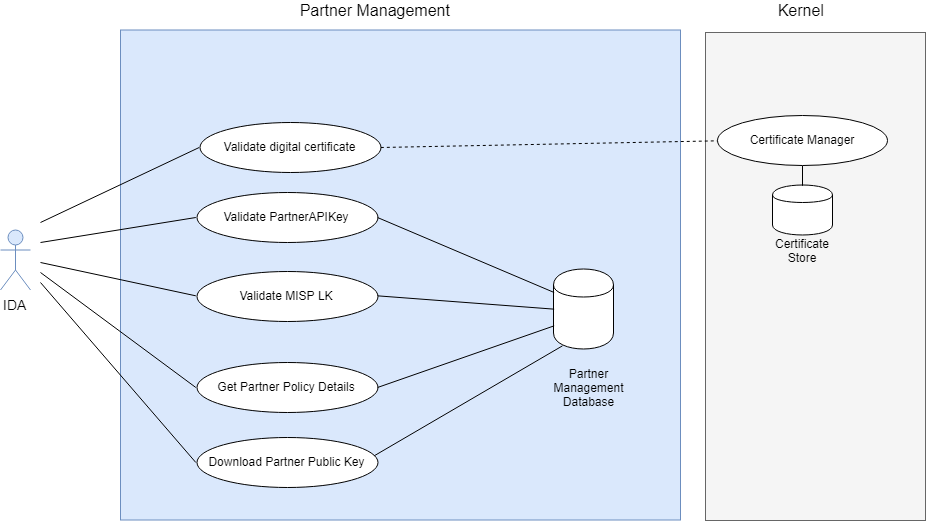
ssenmosip/mosip-temp-documentation keeps this draw.io diagram as _images/arch_diagrams/PartnerManagement_IDA_Services.png. Above is the earlier version. Source tidied: cells renumbered, new cells last; positions are measured from the earlier drawing's top-left corner, leaving out a move shared by most shapes.
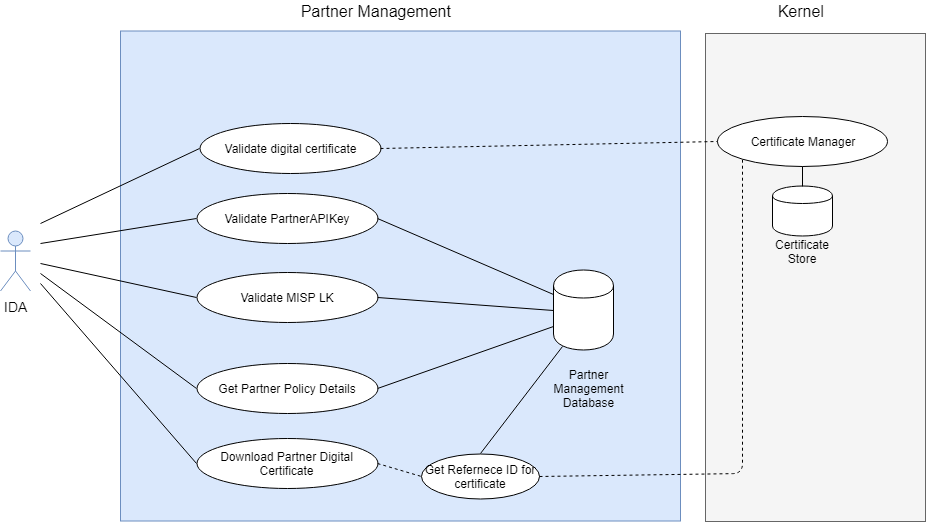
Above is the later version.

Commit message:
Security related aspects changed

Diff of the diagram source:
```diff
@@ -50,7 +50,7 @@
     <mxCell id="15" style="endArrow=none;html=1;fontSize=14;exitX=1;exitY=0.5;exitDx=0;exitDy=0;entryX=0;entryY=0.7;entryDx=0;entryDy=0;" parent="1" edge="1" source="7" target="5">
       <mxGeometry relative="1" as="geometry" />
     </mxCell>
-    <mxCell id="16" value="Download Partner Public Key" style="ellipse;whiteSpace=wrap;html=1;" parent="1" vertex="1">
+    <mxCell id="16" value="Download Partner Digital Certificate" style="ellipse;whiteSpace=wrap;html=1;" parent="1" vertex="1">
       <mxGeometry x="196" y="437" width="181" height="50" as="geometry" />
     </mxCell>
     <mxCell id="17" style="endArrow=none;html=1;fontSize=14;entryX=0;entryY=0.5;entryDx=0;entryDy=0;" parent="1" edge="1" target="16">
@@ -58,9 +58,6 @@
         <mxPoint x="40" y="282" as="sourcePoint" />
       </mxGeometry>
     </mxCell>
-    <mxCell id="18" style="endArrow=none;html=1;fontSize=14;entryX=0.15;entryY=0.95;entryDx=0;entryDy=0;entryPerimeter=0;exitX=0.978;exitY=0.367;exitDx=0;exitDy=0;exitPerimeter=0;" parent="1" edge="1" source="16" target="5">
-      <mxGeometry relative="1" as="geometry" />
-    </mxCell>
     <mxCell id="19" value="Validate digital certificate" style="ellipse;whiteSpace=wrap;html=1;" parent="1" vertex="1">
       <mxGeometry x="199" y="122" width="181" height="50" as="geometry" />
     </mxCell>
@@ -90,5 +87,21 @@
     <mxCell id="27" style="endArrow=none;dashed=1;html=1;fontSize=12;entryX=0;entryY=0.5;entryDx=0;entryDy=0;exitX=1;exitY=0.5;exitDx=0;exitDy=0;" parent="1" edge="1" source="19" target="22">
       <mxGeometry relative="1" as="geometry" />
     </mxCell>
+    <mxCell id="28" value="Get Refernece ID for certificate" style="ellipse;whiteSpace=wrap;html=1;" parent="1" vertex="1">
+      <mxGeometry x="421" y="452" width="118" height="45" as="geometry" />
+    </mxCell>
+    <mxCell id="29" style="endArrow=none;html=1;entryX=0.15;entryY=0.95;entryDx=0;entryDy=0;entryPerimeter=0;exitX=0.5;exitY=0;exitDx=0;exitDy=0;" parent="1" edge="1" source="28" target="5">
+      <mxGeometry relative="1" as="geometry" />
+    </mxCell>
+    <mxCell id="30" style="endArrow=none;dashed=1;html=1;entryX=0;entryY=0.5;entryDx=0;entryDy=0;exitX=1;exitY=0.5;exitDx=0;exitDy=0;" parent="1" edge="1" source="16" target="28">
+      <mxGeometry relative="1" as="geometry" />
+    </mxCell>
+    <mxCell id="31" style="endArrow=none;dashed=1;html=1;entryX=0;entryY=1;entryDx=0;entryDy=0;exitX=1;exitY=0.5;exitDx=0;exitDy=0;" parent="1" edge="1" source="28" target="22">
+      <mxGeometry relative="1" as="geometry">
+        <Array as="points">
+          <mxPoint x="742" y="472" />
+        </Array>
+      </mxGeometry>
+    </mxCell>
   </root>
 </mxGraphModel>
```
